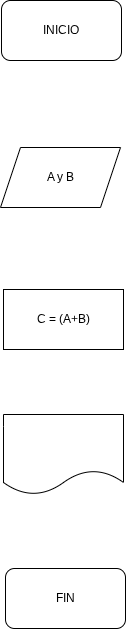
The draw.io diagram Ejercicio_1_Lucas.drawio.png in lucri1384/Pensamiento-computacional, before a commit. Source tidied: cells renumbered, new cells last; positions are measured from the earlier drawing's top-left corner, leaving out a move shared by most shapes.
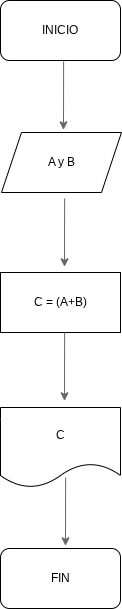
The same diagram one commit later.

Change to the diagram source:
```diff
@@ -1,21 +1,45 @@
-<mxGraphModel>
+<mxGraphModel background="light-dark(#FFFFFF,#FFFFFF)">
   <root>
     <mxCell id="0" />
     <mxCell id="1" parent="0" />
     <mxCell id="2" value="INICIO" style="rounded=1;whiteSpace=wrap;html=1;labelBackgroundColor=none;" parent="1" vertex="1">
-      <mxGeometry x="1" width="120" height="60" as="geometry" />
+      <mxGeometry x="16" y="20" width="120" height="60" as="geometry" />
     </mxCell>
     <mxCell id="3" value="A y B" style="shape=parallelogram;perimeter=parallelogramPerimeter;whiteSpace=wrap;html=1;fixedSize=1;" parent="1" vertex="1">
-      <mxGeometry y="147" width="120" height="60" as="geometry" />
+      <mxGeometry x="17" y="152" width="120" height="60" as="geometry" />
     </mxCell>
     <mxCell id="4" value="C = (A+B)" style="rounded=0;whiteSpace=wrap;html=1;" parent="1" vertex="1">
-      <mxGeometry x="3" y="289" width="120" height="60" as="geometry" />
+      <mxGeometry x="16" y="292" width="120" height="60" as="geometry" />
     </mxCell>
-    <mxCell id="5" style="shape=document;whiteSpace=wrap;html=1;boundedLbl=1;" parent="1" vertex="1">
-      <mxGeometry x="3" y="414" width="120" height="80" as="geometry" />
+    <mxCell id="5" value="C" style="shape=document;whiteSpace=wrap;html=1;boundedLbl=1;" parent="1" vertex="1">
+      <mxGeometry x="16" y="427" width="120" height="80" as="geometry" />
     </mxCell>
     <mxCell id="6" value="FIN" style="rounded=1;whiteSpace=wrap;html=1;" parent="1" vertex="1">
-      <mxGeometry x="5" y="568" width="120" height="60" as="geometry" />
+      <mxGeometry x="16" y="568" width="120" height="60" as="geometry" />
     </mxCell>
+    <mxCell id="7" style="endArrow=classic;html=1;rounded=0;fontColor=none;labelBackgroundColor=light-dark(#FFFFFF, #ffffff);textShadow=0;labelBorderColor=none;noLabel=1;fillColor=#f5f5f5;strokeColor=#666666;entryX=0.549;entryY=0.005;entryDx=0;entryDy=0;entryPerimeter=0;" parent="1" edge="1">
+      <mxGeometry relative="1" as="geometry">
+        <mxPoint x="80.1" y="218" as="sourcePoint" />
+        <mxPoint x="80" y="286.3" as="targetPoint" />
+      </mxGeometry>
+    </mxCell>
+    <mxCell id="8" style="endArrow=classic;html=1;rounded=0;fontColor=none;labelBackgroundColor=light-dark(#FFFFFF, #ffffff);textShadow=0;labelBorderColor=none;noLabel=1;fillColor=#f5f5f5;strokeColor=#666666;entryX=0.549;entryY=0.005;entryDx=0;entryDy=0;entryPerimeter=0;" parent="1" edge="1">
+      <mxGeometry relative="1" as="geometry">
+        <mxPoint x="79.1" y="81" as="sourcePoint" />
+        <mxPoint x="79" y="149.3" as="targetPoint" />
+      </mxGeometry>
+    </mxCell>
+    <mxCell id="9" style="endArrow=classic;html=1;rounded=0;fontColor=none;labelBackgroundColor=light-dark(#FFFFFF, #ffffff);textShadow=0;labelBorderColor=none;noLabel=1;fillColor=#f5f5f5;strokeColor=#666666;entryX=0.549;entryY=0.005;entryDx=0;entryDy=0;entryPerimeter=0;" parent="1" edge="1">
+      <mxGeometry relative="1" as="geometry">
+        <mxPoint x="80.1" y="352" as="sourcePoint" />
+        <mxPoint x="80" y="420.3" as="targetPoint" />
+      </mxGeometry>
+    </mxCell>
+    <mxCell id="10" style="endArrow=classic;html=1;rounded=0;fontColor=none;labelBackgroundColor=light-dark(#FFFFFF, #ffffff);textShadow=0;labelBorderColor=none;noLabel=1;fillColor=#f5f5f5;strokeColor=#666666;entryX=0.549;entryY=0.005;entryDx=0;entryDy=0;entryPerimeter=0;" parent="1" edge="1">
+      <mxGeometry relative="1" as="geometry">
+        <mxPoint x="81.1" y="497" as="sourcePoint" />
+        <mxPoint x="81" y="565.3" as="targetPoint" />
+      </mxGeometry>
+    </mxCell>
   </root>
 </mxGraphModel>
```
